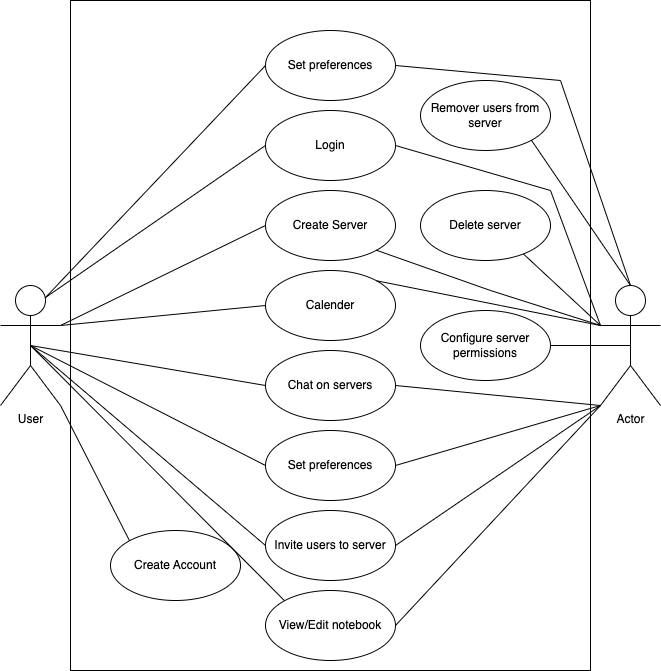
Above: Design Files/UseCaseDiagram.png in benlloyd50/Vox_Design_Documents (draw.io), before the change. Source tidied: cells renumbered, new cells last; positions are measured from the earlier drawing's top-left corner, leaving out a move shared by most shapes. The source it was exported from:
```xml
<mxGraphModel>
  <root>
    <mxCell id="0" />
    <mxCell id="1" parent="0" />
    <mxCell id="2" style="rounded=0;whiteSpace=wrap;html=1;" parent="1" vertex="1">
      <mxGeometry x="70" width="520" height="670" as="geometry" />
    </mxCell>
    <mxCell id="3" value="Create Account" style="ellipse;whiteSpace=wrap;html=1;" parent="1" vertex="1">
      <mxGeometry x="110" y="530" width="130" height="70" as="geometry" />
    </mxCell>
    <mxCell id="4" value="Create Server" style="ellipse;whiteSpace=wrap;html=1;" parent="1" vertex="1">
      <mxGeometry x="265" y="190" width="130" height="70" as="geometry" />
    </mxCell>
    <mxCell id="5" value="Calender" style="ellipse;whiteSpace=wrap;html=1;" parent="1" vertex="1">
      <mxGeometry x="265" y="270" width="130" height="70" as="geometry" />
    </mxCell>
    <mxCell id="6" value="Chat on servers" style="ellipse;whiteSpace=wrap;html=1;" parent="1" vertex="1">
      <mxGeometry x="265" y="350" width="130" height="70" as="geometry" />
    </mxCell>
    <mxCell id="7" value="Login" style="ellipse;whiteSpace=wrap;html=1;" parent="1" vertex="1">
      <mxGeometry x="265" y="110" width="130" height="70" as="geometry" />
    </mxCell>
    <mxCell id="8" value="Set preferences" style="ellipse;whiteSpace=wrap;html=1;" parent="1" vertex="1">
      <mxGeometry x="265" y="430" width="130" height="70" as="geometry" />
    </mxCell>
    <mxCell id="9" value="Set preferences" style="ellipse;whiteSpace=wrap;html=1;" parent="1" vertex="1">
      <mxGeometry x="265" y="30" width="130" height="70" as="geometry" />
    </mxCell>
    <mxCell id="10" value="Invite users to server" style="ellipse;whiteSpace=wrap;html=1;" parent="1" vertex="1">
      <mxGeometry x="265" y="510" width="130" height="70" as="geometry" />
    </mxCell>
    <mxCell id="11" value="View/Edit notebook" style="ellipse;whiteSpace=wrap;html=1;" parent="1" vertex="1">
      <mxGeometry x="265" y="590" width="130" height="70" as="geometry" />
    </mxCell>
    <mxCell id="12" value="Remover users from server" style="ellipse;whiteSpace=wrap;html=1;" parent="1" vertex="1">
      <mxGeometry x="420" y="80" width="130" height="70" as="geometry" />
    </mxCell>
    <mxCell id="13" value="Delete server" style="ellipse;whiteSpace=wrap;html=1;" parent="1" vertex="1">
      <mxGeometry x="420" y="190" width="130" height="70" as="geometry" />
    </mxCell>
    <mxCell id="14" value="Configure server permissions" style="ellipse;whiteSpace=wrap;html=1;" parent="1" vertex="1">
      <mxGeometry x="420" y="310" width="130" height="70" as="geometry" />
    </mxCell>
    <mxCell id="15" value="User" style="shape=umlActor;verticalLabelPosition=bottom;verticalAlign=top;html=1;outlineConnect=0;" parent="1" vertex="1">
      <mxGeometry y="285" width="60" height="120" as="geometry" />
    </mxCell>
    <mxCell id="16" value="Actor" style="shape=umlActor;verticalLabelPosition=bottom;verticalAlign=top;html=1;outlineConnect=0;" parent="1" vertex="1">
      <mxGeometry x="600" y="285" width="60" height="120" as="geometry" />
    </mxCell>
    <mxCell id="17" style="endArrow=none;html=1;rounded=0;entryX=1;entryY=1;entryDx=0;entryDy=0;entryPerimeter=0;exitX=0;exitY=0;exitDx=0;exitDy=0;" parent="1" edge="1" source="3" target="15">
      <mxGeometry relative="1" as="geometry" />
    </mxCell>
    <mxCell id="18" style="endArrow=none;html=1;rounded=0;exitX=0;exitY=0;exitDx=0;exitDy=0;entryX=0.5;entryY=0.5;entryDx=0;entryDy=0;entryPerimeter=0;" parent="1" edge="1" source="11" target="15">
      <mxGeometry relative="1" as="geometry" />
    </mxCell>
    <mxCell id="19" style="endArrow=none;html=1;rounded=0;exitX=0;exitY=0.5;exitDx=0;exitDy=0;entryX=0.5;entryY=0.5;entryDx=0;entryDy=0;entryPerimeter=0;" parent="1" edge="1" source="10" target="15">
      <mxGeometry relative="1" as="geometry" />
    </mxCell>
    <mxCell id="20" style="endArrow=none;html=1;rounded=0;exitX=0.5;exitY=0.5;exitDx=0;exitDy=0;entryX=0;entryY=0.5;entryDx=0;entryDy=0;exitPerimeter=0;" parent="1" edge="1" source="15" target="8">
      <mxGeometry relative="1" as="geometry" />
    </mxCell>
    <mxCell id="21" style="endArrow=none;html=1;rounded=0;entryX=0;entryY=0.5;entryDx=0;entryDy=0;exitX=0.5;exitY=0.5;exitDx=0;exitDy=0;exitPerimeter=0;" parent="1" edge="1" source="15" target="6">
      <mxGeometry relative="1" as="geometry" />
    </mxCell>
    <mxCell id="22" style="endArrow=none;html=1;rounded=0;entryX=0;entryY=0.5;entryDx=0;entryDy=0;exitX=1;exitY=0.3333333333333333;exitDx=0;exitDy=0;exitPerimeter=0;" parent="1" edge="1" source="15" target="5">
      <mxGeometry relative="1" as="geometry" />
    </mxCell>
    <mxCell id="23" style="endArrow=none;html=1;rounded=0;entryX=0;entryY=0.5;entryDx=0;entryDy=0;exitX=1;exitY=0.3333333333333333;exitDx=0;exitDy=0;exitPerimeter=0;" parent="1" edge="1" source="15" target="4">
      <mxGeometry relative="1" as="geometry" />
    </mxCell>
    <mxCell id="24" style="endArrow=none;html=1;rounded=0;entryX=0;entryY=0.5;entryDx=0;entryDy=0;exitX=0.75;exitY=0.1;exitDx=0;exitDy=0;exitPerimeter=0;" parent="1" edge="1" source="15" target="7">
      <mxGeometry relative="1" as="geometry" />
    </mxCell>
    <mxCell id="25" style="endArrow=none;html=1;rounded=0;entryX=0;entryY=0.5;entryDx=0;entryDy=0;exitX=0.75;exitY=0.1;exitDx=0;exitDy=0;exitPerimeter=0;" parent="1" edge="1" source="15" target="9">
      <mxGeometry relative="1" as="geometry" />
    </mxCell>
    <mxCell id="26" style="endArrow=none;html=1;rounded=0;entryX=0;entryY=0.3333333333333333;entryDx=0;entryDy=0;entryPerimeter=0;exitX=1;exitY=1;exitDx=0;exitDy=0;" parent="1" edge="1" source="4" target="16">
      <mxGeometry relative="1" as="geometry">
        <Array as="points">
          <mxPoint x="490" y="290" />
        </Array>
      </mxGeometry>
    </mxCell>
    <mxCell id="27" style="endArrow=none;html=1;rounded=0;entryX=1;entryY=0.5;entryDx=0;entryDy=0;exitX=0;exitY=0.3333333333333333;exitDx=0;exitDy=0;exitPerimeter=0;" parent="1" edge="1" source="16" target="7">
      <mxGeometry relative="1" as="geometry">
        <Array as="points">
          <mxPoint x="550" y="190" />
        </Array>
      </mxGeometry>
    </mxCell>
    <mxCell id="28" style="endArrow=none;html=1;rounded=0;entryX=1;entryY=0;entryDx=0;entryDy=0;exitX=0;exitY=0.3333333333333333;exitDx=0;exitDy=0;exitPerimeter=0;" parent="1" edge="1" source="16" target="5">
      <mxGeometry relative="1" as="geometry">
        <Array as="points">
          <mxPoint x="500" y="305" />
        </Array>
      </mxGeometry>
    </mxCell>
    <mxCell id="29" style="endArrow=none;html=1;rounded=0;entryX=0.5;entryY=0.5;entryDx=0;entryDy=0;entryPerimeter=0;exitX=1;exitY=0.5;exitDx=0;exitDy=0;" parent="1" edge="1" source="14" target="16">
      <mxGeometry relative="1" as="geometry" />
    </mxCell>
    <mxCell id="30" style="endArrow=none;html=1;rounded=0;entryX=1;entryY=0.5;entryDx=0;entryDy=0;exitX=0;exitY=1;exitDx=0;exitDy=0;exitPerimeter=0;" parent="1" edge="1" source="16" target="6">
      <mxGeometry relative="1" as="geometry" />
    </mxCell>
    <mxCell id="31" style="endArrow=none;html=1;rounded=0;entryX=0;entryY=1;entryDx=0;entryDy=0;entryPerimeter=0;exitX=1;exitY=0.5;exitDx=0;exitDy=0;" parent="1" edge="1" source="8" target="16">
      <mxGeometry relative="1" as="geometry" />
    </mxCell>
    <mxCell id="32" style="endArrow=none;html=1;rounded=0;entryX=0;entryY=1;entryDx=0;entryDy=0;entryPerimeter=0;exitX=1;exitY=0.5;exitDx=0;exitDy=0;" parent="1" edge="1" source="10" target="16">
      <mxGeometry relative="1" as="geometry" />
    </mxCell>
    <mxCell id="33" style="endArrow=none;html=1;rounded=0;entryX=1;entryY=0.5;entryDx=0;entryDy=0;exitX=0;exitY=1;exitDx=0;exitDy=0;exitPerimeter=0;" parent="1" edge="1" source="16" target="11">
      <mxGeometry relative="1" as="geometry" />
    </mxCell>
    <mxCell id="34" style="endArrow=none;html=1;rounded=0;entryX=1;entryY=0.5;entryDx=0;entryDy=0;exitX=0.5;exitY=0;exitDx=0;exitDy=0;exitPerimeter=0;" parent="1" edge="1" source="16" target="9">
      <mxGeometry relative="1" as="geometry">
        <Array as="points">
          <mxPoint x="560" y="80" />
        </Array>
      </mxGeometry>
    </mxCell>
    <mxCell id="35" style="endArrow=none;html=1;rounded=0;exitX=0.792;exitY=0.907;exitDx=0;exitDy=0;entryX=0;entryY=0.3333333333333333;entryDx=0;entryDy=0;entryPerimeter=0;exitPerimeter=0;" parent="1" edge="1" source="13" target="16">
      <mxGeometry relative="1" as="geometry" />
    </mxCell>
    <mxCell id="36" style="endArrow=none;html=1;rounded=0;entryX=1;entryY=1;entryDx=0;entryDy=0;exitX=0.5;exitY=0;exitDx=0;exitDy=0;exitPerimeter=0;" parent="1" edge="1" source="16" target="12">
      <mxGeometry relative="1" as="geometry" />
    </mxCell>
  </root>
</mxGraphModel>
```
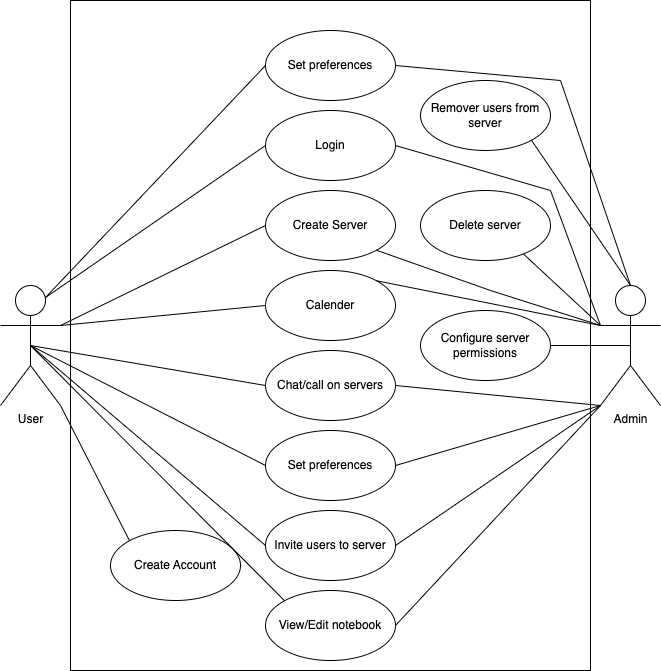
The same diagram one commit later.

Commit message:
Updated use case diagram

What changed in the source:
```diff
@@ -14,7 +14,7 @@
     <mxCell id="5" value="Calender" style="ellipse;whiteSpace=wrap;html=1;" parent="1" vertex="1">
       <mxGeometry x="265" y="270" width="130" height="70" as="geometry" />
     </mxCell>
-    <mxCell id="6" value="Chat on servers" style="ellipse;whiteSpace=wrap;html=1;" parent="1" vertex="1">
+    <mxCell id="6" value="Chat/call on servers" style="ellipse;whiteSpace=wrap;html=1;" parent="1" vertex="1">
       <mxGeometry x="265" y="350" width="130" height="70" as="geometry" />
     </mxCell>
     <mxCell id="7" value="Login" style="ellipse;whiteSpace=wrap;html=1;" parent="1" vertex="1">
@@ -44,7 +44,7 @@
     <mxCell id="15" value="User" style="shape=umlActor;verticalLabelPosition=bottom;verticalAlign=top;html=1;outlineConnect=0;" parent="1" vertex="1">
       <mxGeometry y="285" width="60" height="120" as="geometry" />
     </mxCell>
-    <mxCell id="16" value="Actor" style="shape=umlActor;verticalLabelPosition=bottom;verticalAlign=top;html=1;outlineConnect=0;" parent="1" vertex="1">
+    <mxCell id="16" value="Admin" style="shape=umlActor;verticalLabelPosition=bottom;verticalAlign=top;html=1;outlineConnect=0;" parent="1" vertex="1">
       <mxGeometry x="600" y="285" width="60" height="120" as="geometry" />
     </mxCell>
     <mxCell id="17" style="endArrow=none;html=1;rounded=0;entryX=1;entryY=1;entryDx=0;entryDy=0;entryPerimeter=0;exitX=0;exitY=0;exitDx=0;exitDy=0;" parent="1" edge="1" source="3" target="15">
```
